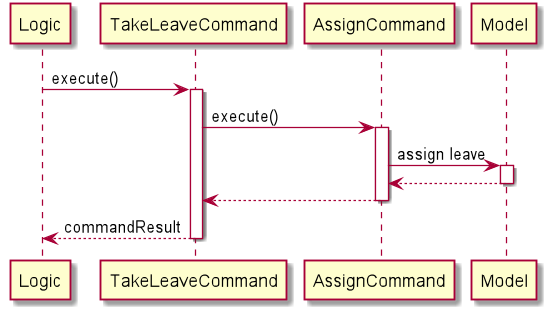
The PlantUML diagram docs/images/LeaveCommandsSequenceDiagram.png in wakululuu/tp, before a commit. Source of this version:
```plantuml
@startuml
Logic -> TakeLeaveCommand : execute()
activate TakeLeaveCommand

TakeLeaveCommand -> AssignCommand : execute()
activate AssignCommand

AssignCommand -> Model : assign leave
activate Model

Model --> AssignCommand
deactivate Model

AssignCommand --> TakeLeaveCommand
deactivate AssignCommand

TakeLeaveCommand --> Logic : commandResult
deactivate TakeLeaveCommand


@enduml
```
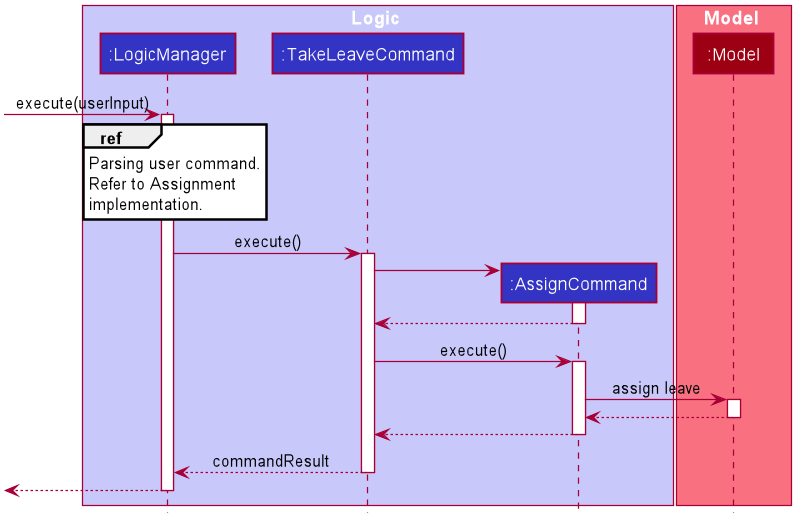
After the commit.

What changed in the source:
```diff
@@ -1,6 +1,81 @@
 @startuml
-Logic -> TakeLeaveCommand : execute()
+
+
+
+
+
+
+
+
+skinparam BackgroundColor #FFFFFFF
+
+skinparam Shadowing false
+
+skinparam Class {
+    FontColor #FFFFFF
+    BorderThickness 1
+    BorderColor #FFFFFF
+    StereotypeFontColor #FFFFFF
+    FontName Arial
+}
+
+skinparam Actor {
+    BorderColor #000000
+    Color #000000
+    FontName Arial
+}
+
+skinparam Sequence {
+    MessageAlign center
+    BoxFontSize 15
+    BoxPadding 0
+    BoxFontColor #FFFFFF
+    FontName Arial
+}
+
+skinparam Participant {
+    FontColor #FFFFFFF
+    Padding 20
+}
+
+skinparam MinClassWidth 50
+skinparam ParticipantPadding 10
+skinparam Shadowing false
+skinparam DefaultTextAlignment center
+skinparam packageStyle Rectangle
+
+hide footbox
+hide members
+hide circle
+
+box Logic #C8C8FA
+participant ":LogicManager" as LogicManager #3333C4
+participant ":TakeLeaveCommand" as TakeLeaveCommand #3333C4
+participant ":AssignCommand" as AssignCommand #3333C4
+end box
+
+box Model #F97181
+participant ":Model" as Model #9D0012
+end box
+
+[-> LogicManager : execute(userInput)
+activate LogicManager
+
+ref over LogicManager
+    Parsing user command.
+    Refer to Assignment
+    implementation.
+end ref
+
+
+LogicManager -> TakeLeaveCommand : execute()
 activate TakeLeaveCommand
+
+create AssignCommand
+TakeLeaveCommand -> AssignCommand
+activate AssignCommand
+AssignCommand --> TakeLeaveCommand
+deactivate AssignCommand
 
 TakeLeaveCommand -> AssignCommand : execute()
 activate AssignCommand
@@ -14,8 +89,11 @@
 AssignCommand --> TakeLeaveCommand
 deactivate AssignCommand
 
-TakeLeaveCommand --> Logic : commandResult
+TakeLeaveCommand --> LogicManager : commandResult
 deactivate TakeLeaveCommand
+
+LogicManager -->[
+deactivate LogicManager
 
 
 @enduml
```
